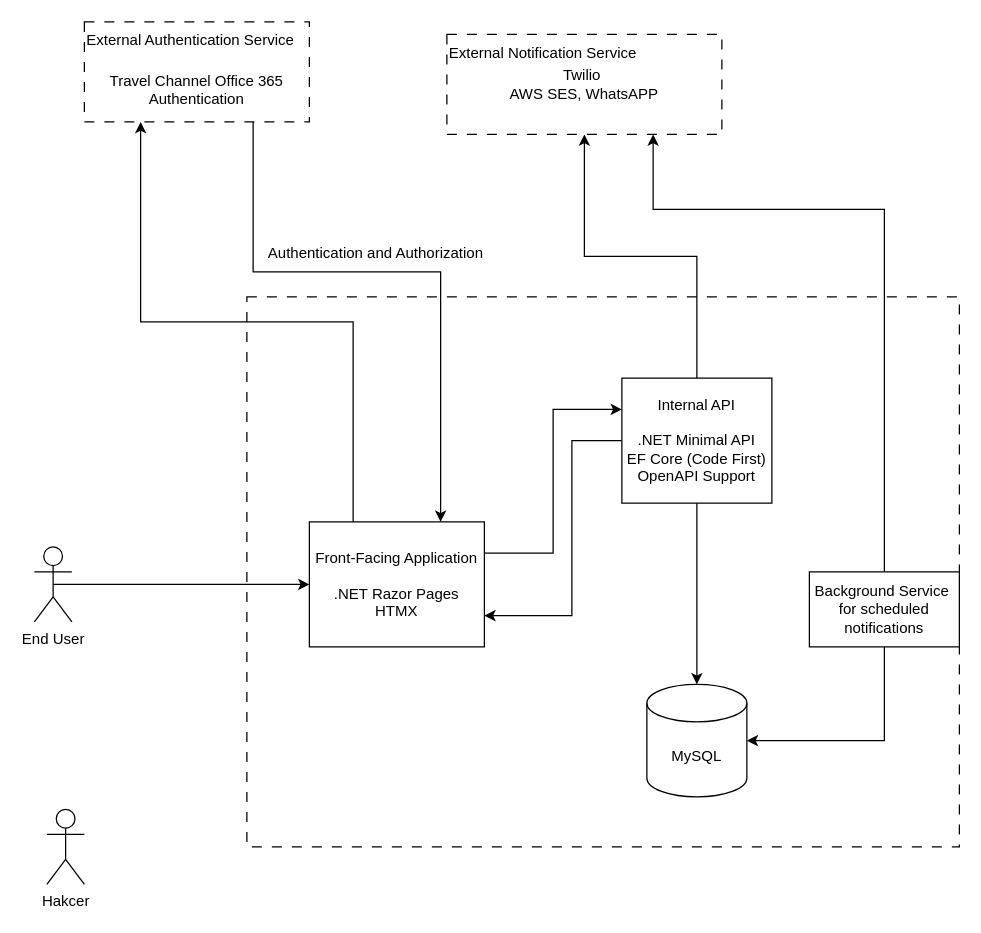
Above: docs/Diagrams/Application Architecture.drawio in sanuja-ariyapperuma/SkyVault-Backend (draw.io), before the change. Source tidied: cells renumbered, new cells numbered last; positions are measured from the earlier drawing's top-left corner, leaving out a move shared by most shapes. Both pictures are drawn from the tidied source at 125%, with x=0, y=0 at pixel (34, 21).
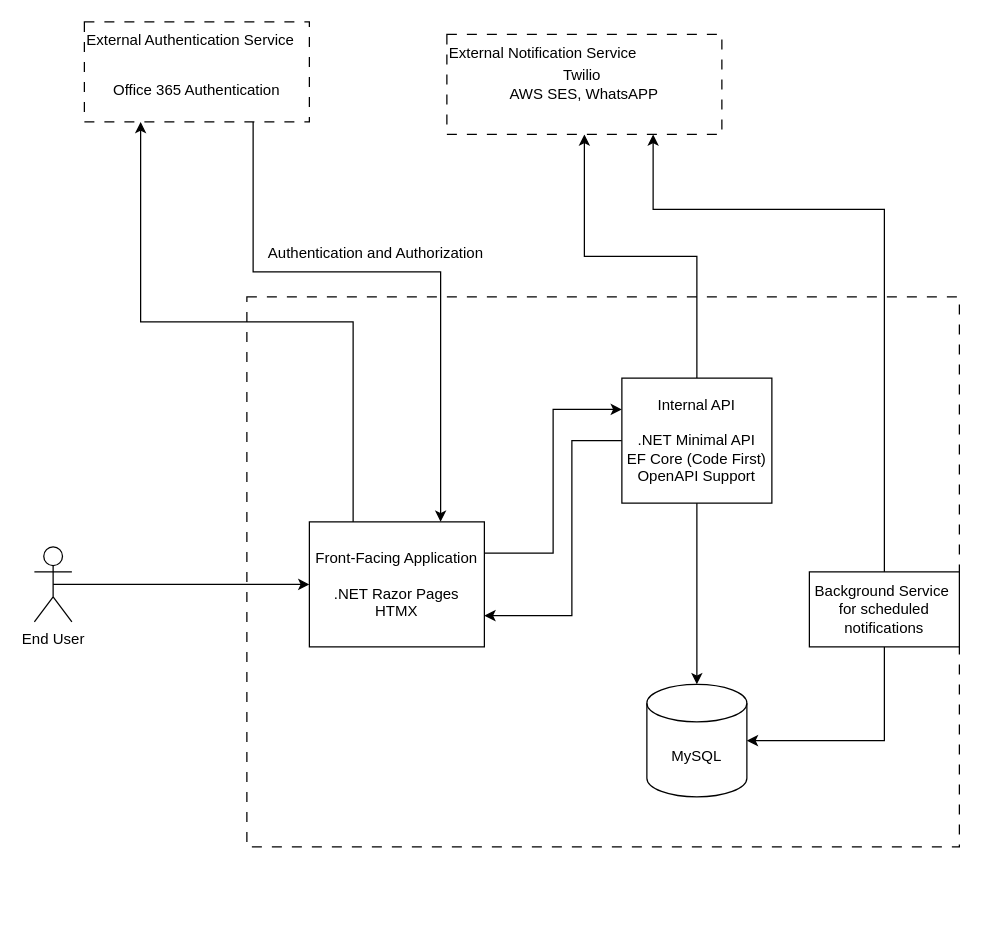
Above is the later version.

Unchanged cells that the change refers to:
```xml
<mxCell id="20" style="group;" parent="1" vertex="1">
  <mxGeometry x="40" width="180" height="80" as="geometry" />
</mxCell>
```

Change to the diagram source:
```diff
@@
-    <mxCell id="21" value="&lt;br&gt;&lt;br&gt;Travel Channel Office 365 Authentication" style="rounded=0;whiteSpace=wrap;html=1;dashed=1;dashPattern=8 8;" parent="20" vertex="1">
+    <mxCell id="21" value="&lt;br&gt;&lt;br&gt;Office 365 Authentication" style="rounded=0;whiteSpace=wrap;html=1;dashed=1;dashPattern=8 8;" parent="20" vertex="1">
       <mxGeometry width="180" height="80" as="geometry" />
     </mxCell>
@@
-    <mxCell id="24" value="Hakcer" style="shape=umlActor;verticalLabelPosition=bottom;verticalAlign=top;html=1;" parent="1" vertex="1">
-      <mxGeometry x="10" y="630" width="30" height="60" as="geometry" />
-    </mxCell>
```
